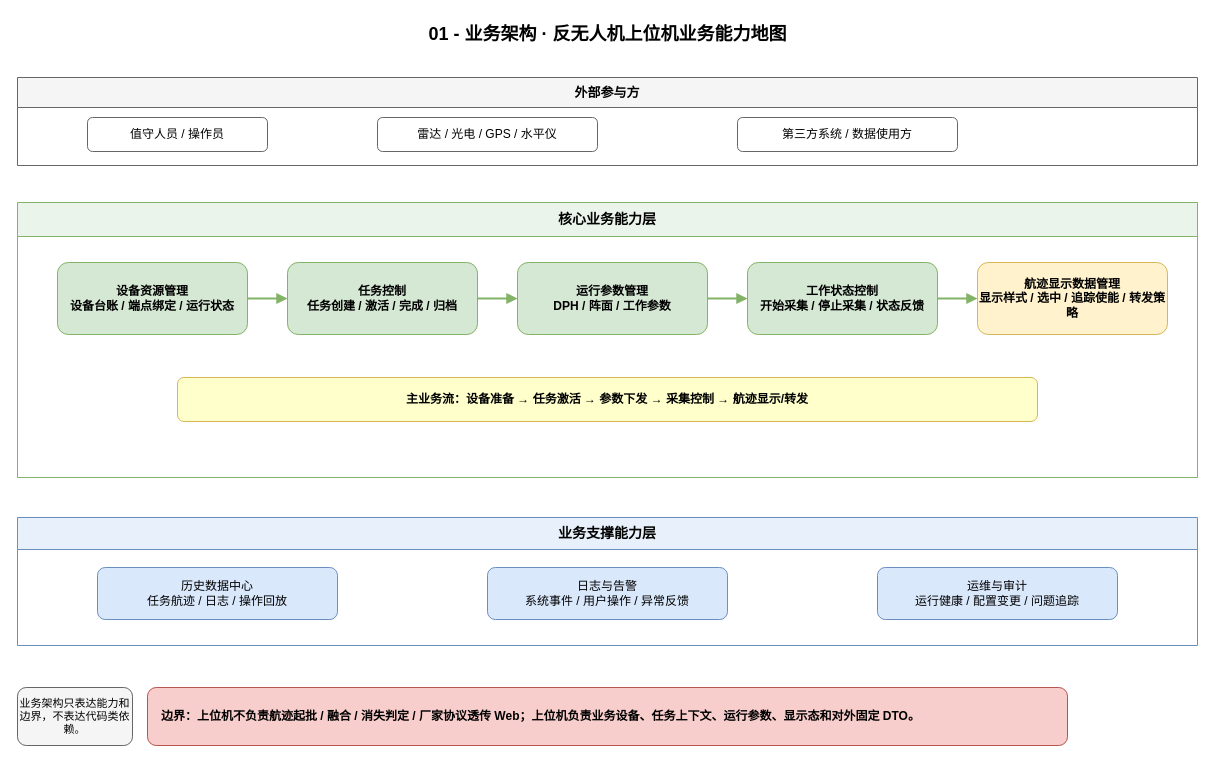
Earlier version of the draw.io diagram doc/architecture/01-业务架构.drawio (YoungL524/newAnti_arch). Source tidied: cells renumbered, new cells numbered last; positions are measured from the earlier drawing's top-left corner, leaving out a move shared by most shapes. Both pictures are drawn from the tidied source at 100%, with x=0, y=0 at pixel (17, 17).
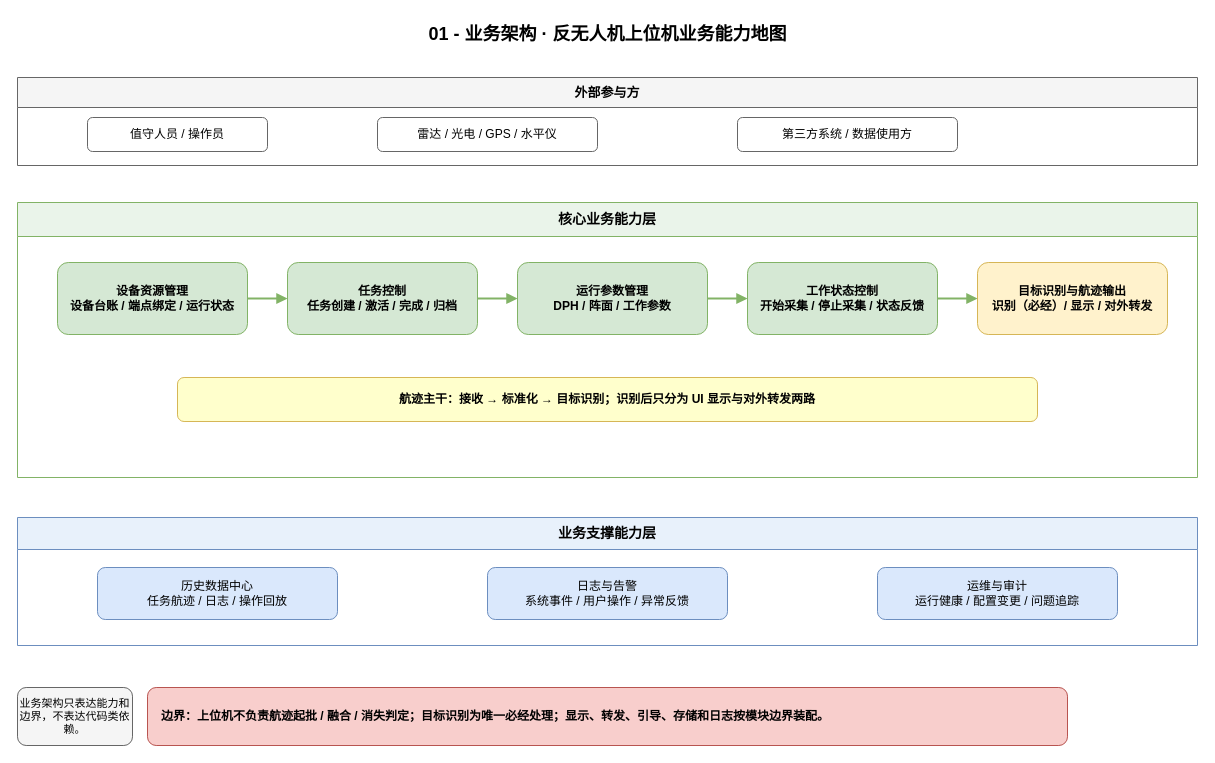
The same diagram, later.

Unchanged cells that the change refers to:
```xml
<mxCell id="7" value="核心业务能力层" style="swimlane;startSize=34;rounded=0;whiteSpace=wrap;html=1;fillColor=#eaf4ea;strokeColor=#82b366;fontStyle=1;fontSize=14;" parent="1" vertex="1">
  <mxGeometry y="185" width="1180" height="275" as="geometry" />
</mxCell>
```

Diff of the diagram source:
```diff
@@
-    <mxCell id="12" value="航迹显示数据管理&#10;显示样式 / 选中 / 追踪使能 / 转发策略" style="rounded=1;whiteSpace=wrap;html=1;fillColor=#fff2cc;strokeColor=#d6b656;fontSize=12;fontStyle=1;" parent="7" vertex="1">
+    <mxCell id="12" value="目标识别与航迹输出&#10;识别（必经）/ 显示 / 对外转发" style="rounded=1;whiteSpace=wrap;html=1;fillColor=#fff2cc;strokeColor=#d6b656;fontSize=12;fontStyle=1;" parent="7" vertex="1">
       <mxGeometry x="960" y="60" width="190" height="72" as="geometry" />
     </mxCell>
-    <mxCell id="13" value="主业务流：设备准备 → 任务激活 → 参数下发 → 采集控制 → 航迹显示/转发" style="rounded=1;whiteSpace=wrap;html=1;fillColor=#ffffcc;strokeColor=#d6b656;fontSize=12;align=center;fontStyle=1;" parent="7" vertex="1">
+    <mxCell id="13" value="航迹主干：接收 → 标准化 → 目标识别；识别后只分为 UI 显示与对外转发两路" style="rounded=1;whiteSpace=wrap;html=1;fillColor=#ffffcc;strokeColor=#d6b656;fontSize=12;align=center;fontStyle=1;" parent="7" vertex="1">
       <mxGeometry x="160" y="175" width="860" height="44" as="geometry" />
     </mxCell>
@@
-    <mxCell id="22" value="边界：上位机不负责航迹起批 / 融合 / 消失判定 / 厂家协议透传 Web；上位机负责业务设备、任务上下文、运行参数、显示态和对外固定 DTO。" style="rounded=1;whiteSpace=wrap;html=1;fillColor=#f8cecc;strokeColor=#b85450;fontSize=12;align=left;spacingLeft=12;fontStyle=1;" parent="1" vertex="1">
+    <mxCell id="22" value="边界：上位机不负责航迹起批 / 融合 / 消失判定；目标识别为唯一必经处理；显示、转发、引导、存储和日志按模块边界装配。" style="rounded=1;whiteSpace=wrap;html=1;fillColor=#f8cecc;strokeColor=#b85450;fontSize=12;align=left;spacingLeft=12;fontStyle=1;" parent="1" vertex="1">
       <mxGeometry x="130" y="670" width="920" height="58" as="geometry" />
     </mxCell>
```
